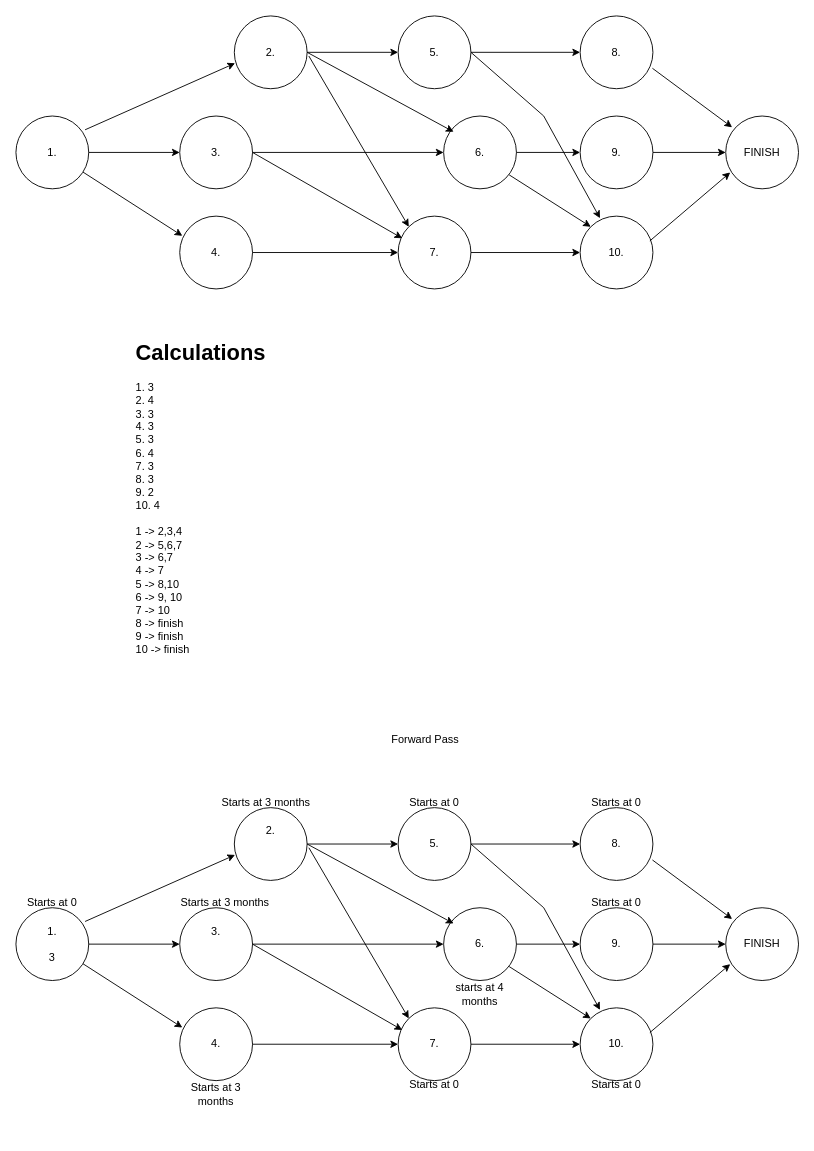
The draw.io diagram ass2cpm.drawio in DylanBriSmith/4313Drawings, before the edit. Source tidied: cells renumbered, new cells numbered last; positions are measured from the earlier drawing's top-left corner, leaving out a move shared by most shapes. Both pictures are drawn from the tidied source at 91%, with x=0, y=0 at pixel (15, 15).
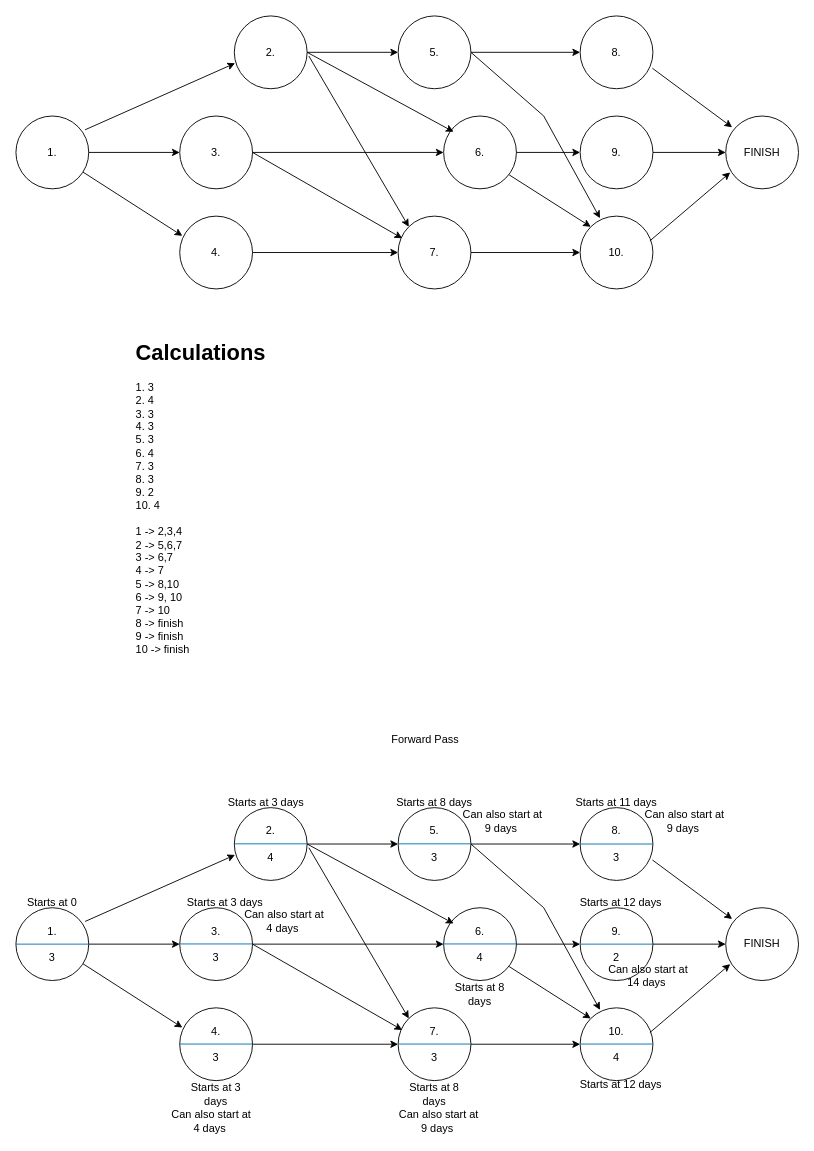
Above is the later version.

Unchanged cells that the change refers to:
```xml
<mxCell id="31" value="1.&lt;div&gt;&lt;br&gt;&lt;/div&gt;&lt;div&gt;3&lt;/div&gt;" style="ellipse;whiteSpace=wrap;html=1;" parent="1" vertex="1">
  <mxGeometry y="980" width="80" height="80" as="geometry" />
</mxCell>
```

What changed in the source:
```diff
@@
-    <mxCell id="32" value="2.&lt;div&gt;&lt;br&gt;&lt;/div&gt;&lt;div&gt;&lt;br&gt;&lt;/div&gt;" style="ellipse;whiteSpace=wrap;html=1;" parent="1" vertex="1">
+    <mxCell id="32" value="2.&lt;div&gt;&lt;br&gt;&lt;/div&gt;&lt;div&gt;4&lt;/div&gt;" style="ellipse;whiteSpace=wrap;html=1;" parent="1" vertex="1">
       <mxGeometry x="240" y="870" width="80" height="80" as="geometry" />
     </mxCell>
-    <mxCell id="33" value="3.&lt;div&gt;&lt;br&gt;&lt;/div&gt;&lt;div&gt;&lt;br&gt;&lt;/div&gt;" style="ellipse;whiteSpace=wrap;html=1;" parent="1" vertex="1">
+    <mxCell id="33" value="3.&lt;div&gt;&lt;br&gt;&lt;/div&gt;&lt;div&gt;3&lt;/div&gt;" style="ellipse;whiteSpace=wrap;html=1;" parent="1" vertex="1">
       <mxGeometry x="180" y="980" width="80" height="80" as="geometry" />
     </mxCell>
-    <mxCell id="34" value="4." style="ellipse;whiteSpace=wrap;html=1;" parent="1" vertex="1">
+    <mxCell id="34" value="4.&lt;div&gt;&lt;br&gt;&lt;/div&gt;&lt;div&gt;3&lt;/div&gt;" style="ellipse;whiteSpace=wrap;html=1;" parent="1" vertex="1">
       <mxGeometry x="180" y="1090" width="80" height="80" as="geometry" />
     </mxCell>
-    <mxCell id="35" value="5." style="ellipse;whiteSpace=wrap;html=1;" parent="1" vertex="1">
+    <mxCell id="35" value="5.&lt;div&gt;&lt;br&gt;&lt;/div&gt;&lt;div&gt;3&lt;/div&gt;" style="ellipse;whiteSpace=wrap;html=1;" parent="1" vertex="1">
       <mxGeometry x="420" y="870" width="80" height="80" as="geometry" />
     </mxCell>
-    <mxCell id="36" value="6." style="ellipse;whiteSpace=wrap;html=1;" parent="1" vertex="1">
+    <mxCell id="36" value="6.&lt;div&gt;&lt;br&gt;&lt;/div&gt;&lt;div&gt;4&lt;/div&gt;" style="ellipse;whiteSpace=wrap;html=1;" parent="1" vertex="1">
       <mxGeometry x="470" y="980" width="80" height="80" as="geometry" />
     </mxCell>
-    <mxCell id="37" value="7." style="ellipse;whiteSpace=wrap;html=1;" parent="1" vertex="1">
+    <mxCell id="37" value="7.&lt;div&gt;&lt;br&gt;&lt;/div&gt;&lt;div&gt;3&lt;/div&gt;" style="ellipse;whiteSpace=wrap;html=1;" parent="1" vertex="1">
       <mxGeometry x="420" y="1090" width="80" height="80" as="geometry" />
     </mxCell>
@@
-    <mxCell id="44" value="8." style="ellipse;whiteSpace=wrap;html=1;" parent="1" vertex="1">
+    <mxCell id="44" value="8.&lt;div&gt;&lt;br&gt;&lt;/div&gt;&lt;div&gt;3&lt;/div&gt;" style="ellipse;whiteSpace=wrap;html=1;" parent="1" vertex="1">
       <mxGeometry x="620" y="870" width="80" height="80" as="geometry" />
     </mxCell>
@@
-    <mxCell id="47" value="9." style="ellipse;whiteSpace=wrap;html=1;" parent="1" vertex="1">
+    <mxCell id="47" value="9.&lt;div&gt;&lt;br&gt;&lt;/div&gt;&lt;div&gt;2&lt;/div&gt;" style="ellipse;whiteSpace=wrap;html=1;" parent="1" vertex="1">
       <mxGeometry x="620" y="980" width="80" height="80" as="geometry" />
     </mxCell>
@@
-    <mxCell id="49" value="10." style="ellipse;whiteSpace=wrap;html=1;" parent="1" vertex="1">
+    <mxCell id="49" value="10.&lt;div&gt;&lt;br&gt;&lt;/div&gt;&lt;div&gt;4&lt;/div&gt;" style="ellipse;whiteSpace=wrap;html=1;" parent="1" vertex="1">
       <mxGeometry x="620" y="1090" width="80" height="80" as="geometry" />
     </mxCell>
@@
-    <mxCell id="61" value="Starts at 3 months" style="text;html=1;whiteSpace=wrap;strokeColor=none;fillColor=none;align=center;verticalAlign=middle;rounded=0;" parent="1" vertex="1">
+    <mxCell id="61" value="Starts at 3 days" style="text;html=1;whiteSpace=wrap;strokeColor=none;fillColor=none;align=center;verticalAlign=middle;rounded=0;" parent="1" vertex="1">
       <mxGeometry x="190" y="1170" width="60" height="30" as="geometry" />
     </mxCell>
-    <mxCell id="62" value="Starts at 3 months" style="text;html=1;whiteSpace=wrap;strokeColor=none;fillColor=none;align=center;verticalAlign=middle;rounded=0;" parent="1" vertex="1">
+    <mxCell id="62" value="Starts at 3 days" style="text;html=1;whiteSpace=wrap;strokeColor=none;fillColor=none;align=center;verticalAlign=middle;rounded=0;" parent="1" vertex="1">
       <mxGeometry x="180" y="960" width="100" height="30" as="geometry" />
     </mxCell>
-    <mxCell id="63" value="Starts at 3 months" style="text;html=1;whiteSpace=wrap;strokeColor=none;fillColor=none;align=center;verticalAlign=middle;rounded=0;" parent="1" vertex="1">
+    <mxCell id="63" value="Starts at 3 days" style="text;html=1;whiteSpace=wrap;strokeColor=none;fillColor=none;align=center;verticalAlign=middle;rounded=0;" parent="1" vertex="1">
       <mxGeometry x="225" y="850" width="100" height="30" as="geometry" />
     </mxCell>
-    <mxCell id="64" value="Starts at 0" style="text;html=1;whiteSpace=wrap;strokeColor=none;fillColor=none;align=center;verticalAlign=middle;rounded=0;" parent="1" vertex="1">
-      <mxGeometry x="430" y="1160" width="60" height="30" as="geometry" />
+    <mxCell id="64" value="Starts at 8 days" style="text;html=1;whiteSpace=wrap;strokeColor=none;fillColor=none;align=center;verticalAlign=middle;rounded=0;" parent="1" vertex="1">
+      <mxGeometry x="430" y="1170" width="60" height="30" as="geometry" />
     </mxCell>
-    <mxCell id="65" value="starts at 4 months" style="text;html=1;whiteSpace=wrap;strokeColor=none;fillColor=none;align=center;verticalAlign=middle;rounded=0;" parent="1" vertex="1">
+    <mxCell id="65" value="Starts at 8 days" style="text;html=1;whiteSpace=wrap;strokeColor=none;fillColor=none;align=center;verticalAlign=middle;rounded=0;" parent="1" vertex="1">
       <mxGeometry x="480" y="1060" width="60" height="30" as="geometry" />
     </mxCell>
-    <mxCell id="66" value="Starts at 0" style="text;html=1;whiteSpace=wrap;strokeColor=none;fillColor=none;align=center;verticalAlign=middle;rounded=0;" parent="1" vertex="1">
-      <mxGeometry x="430" y="850" width="60" height="30" as="geometry" />
+    <mxCell id="66" value="Starts at 8 days" style="text;html=1;whiteSpace=wrap;strokeColor=none;fillColor=none;align=center;verticalAlign=middle;rounded=0;" parent="1" vertex="1">
+      <mxGeometry x="415" y="850" width="90" height="30" as="geometry" />
     </mxCell>
-    <mxCell id="67" value="Starts at 0" style="text;html=1;whiteSpace=wrap;strokeColor=none;fillColor=none;align=center;verticalAlign=middle;rounded=0;" parent="1" vertex="1">
-      <mxGeometry x="630" y="850" width="60" height="30" as="geometry" />
+    <mxCell id="67" value="Starts at 11 days" style="text;html=1;whiteSpace=wrap;strokeColor=none;fillColor=none;align=center;verticalAlign=middle;rounded=0;" parent="1" vertex="1">
+      <mxGeometry x="605" y="850" width="110" height="30" as="geometry" />
     </mxCell>
-    <mxCell id="68" value="Starts at 0" style="text;html=1;whiteSpace=wrap;strokeColor=none;fillColor=none;align=center;verticalAlign=middle;rounded=0;" parent="1" vertex="1">
-      <mxGeometry x="630" y="960" width="60" height="30" as="geometry" />
+    <mxCell id="68" value="Starts at 12 days" style="text;html=1;whiteSpace=wrap;strokeColor=none;fillColor=none;align=center;verticalAlign=middle;rounded=0;" parent="1" vertex="1">
+      <mxGeometry x="615" y="960" width="100" height="30" as="geometry" />
     </mxCell>
-    <mxCell id="69" value="Starts at 0" style="text;html=1;whiteSpace=wrap;strokeColor=none;fillColor=none;align=center;verticalAlign=middle;rounded=0;" parent="1" vertex="1">
-      <mxGeometry x="630" y="1160" width="60" height="30" as="geometry" />
+    <mxCell id="69" value="Starts at 12 days" style="text;html=1;whiteSpace=wrap;strokeColor=none;fillColor=none;align=center;verticalAlign=middle;rounded=0;" parent="1" vertex="1">
+      <mxGeometry x="615" y="1160" width="100" height="30" as="geometry" />
     </mxCell>
+    <mxCell id="70" style="endArrow=none;html=1;rounded=0;exitX=0;exitY=0.5;exitDx=0;exitDy=0;entryX=1;entryY=0.5;entryDx=0;entryDy=0;fillColor=#1ba1e2;strokeColor=#006EAF;" parent="1" edge="1" source="31" target="31">
+      <mxGeometry relative="1" as="geometry" />
+    </mxCell>
+    <mxCell id="71" style="endArrow=none;html=1;rounded=0;exitX=0;exitY=0.5;exitDx=0;exitDy=0;entryX=1;entryY=0.5;entryDx=0;entryDy=0;strokeColor=#006EAF;align=center;verticalAlign=middle;fontFamily=Helvetica;fontSize=11;fontColor=default;labelBackgroundColor=default;fillColor=#1ba1e2;" parent="1" edge="1">
+      <mxGeometry relative="1" as="geometry">
+        <mxPoint x="180" y="1129.8" as="sourcePoint" />
+        <mxPoint x="260" y="1129.8" as="targetPoint" />
+      </mxGeometry>
+    </mxCell>
+    <mxCell id="72" style="endArrow=none;html=1;rounded=0;exitX=0;exitY=0.5;exitDx=0;exitDy=0;entryX=1;entryY=0.5;entryDx=0;entryDy=0;strokeColor=#006EAF;align=center;verticalAlign=middle;fontFamily=Helvetica;fontSize=11;fontColor=default;labelBackgroundColor=default;fillColor=#1ba1e2;" parent="1" edge="1">
+      <mxGeometry relative="1" as="geometry">
+        <mxPoint x="180" y="1019.8" as="sourcePoint" />
+        <mxPoint x="260" y="1019.8" as="targetPoint" />
+      </mxGeometry>
+    </mxCell>
+    <mxCell id="73" style="endArrow=none;html=1;rounded=0;exitX=0;exitY=0.5;exitDx=0;exitDy=0;entryX=1;entryY=0.5;entryDx=0;entryDy=0;strokeColor=#006EAF;align=center;verticalAlign=middle;fontFamily=Helvetica;fontSize=11;fontColor=default;labelBackgroundColor=default;fillColor=#1ba1e2;" parent="1" edge="1">
+      <mxGeometry relative="1" as="geometry">
+        <mxPoint x="240" y="909.8" as="sourcePoint" />
+        <mxPoint x="320" y="909.8" as="targetPoint" />
+      </mxGeometry>
+    </mxCell>
+    <mxCell id="74" style="endArrow=none;html=1;rounded=0;exitX=0;exitY=0.5;exitDx=0;exitDy=0;entryX=1;entryY=0.5;entryDx=0;entryDy=0;strokeColor=#006EAF;align=center;verticalAlign=middle;fontFamily=Helvetica;fontSize=11;fontColor=default;labelBackgroundColor=default;fillColor=#1ba1e2;" parent="1" edge="1">
+      <mxGeometry relative="1" as="geometry">
+        <mxPoint x="420" y="909.8" as="sourcePoint" />
+        <mxPoint x="500" y="909.8" as="targetPoint" />
+      </mxGeometry>
+    </mxCell>
+    <mxCell id="75" style="endArrow=none;html=1;rounded=0;exitX=0;exitY=0.5;exitDx=0;exitDy=0;entryX=1;entryY=0.5;entryDx=0;entryDy=0;strokeColor=#006EAF;align=center;verticalAlign=middle;fontFamily=Helvetica;fontSize=11;fontColor=default;labelBackgroundColor=default;fillColor=#1ba1e2;" parent="1" edge="1">
+      <mxGeometry relative="1" as="geometry">
+        <mxPoint x="470" y="1019.8" as="sourcePoint" />
+        <mxPoint x="550" y="1019.8" as="targetPoint" />
+      </mxGeometry>
+    </mxCell>
+    <mxCell id="76" style="endArrow=none;html=1;rounded=0;exitX=0;exitY=0.5;exitDx=0;exitDy=0;entryX=1;entryY=0.5;entryDx=0;entryDy=0;strokeColor=#006EAF;align=center;verticalAlign=middle;fontFamily=Helvetica;fontSize=11;fontColor=default;labelBackgroundColor=default;fillColor=#1ba1e2;" parent="1" edge="1">
+      <mxGeometry relative="1" as="geometry">
+        <mxPoint x="420" y="1129.8" as="sourcePoint" />
+        <mxPoint x="500" y="1129.8" as="targetPoint" />
+      </mxGeometry>
+    </mxCell>
+    <mxCell id="77" style="endArrow=none;html=1;rounded=0;exitX=0;exitY=0.5;exitDx=0;exitDy=0;entryX=1;entryY=0.5;entryDx=0;entryDy=0;strokeColor=#006EAF;align=center;verticalAlign=middle;fontFamily=Helvetica;fontSize=11;fontColor=default;labelBackgroundColor=default;fillColor=#1ba1e2;" parent="1" edge="1">
+      <mxGeometry relative="1" as="geometry">
+        <mxPoint x="620" y="1129.8" as="sourcePoint" />
+        <mxPoint x="700" y="1129.8" as="targetPoint" />
+      </mxGeometry>
+    </mxCell>
+    <mxCell id="78" style="endArrow=none;html=1;rounded=0;exitX=0;exitY=0.5;exitDx=0;exitDy=0;entryX=1;entryY=0.5;entryDx=0;entryDy=0;strokeColor=#006EAF;align=center;verticalAlign=middle;fontFamily=Helvetica;fontSize=11;fontColor=default;labelBackgroundColor=default;fillColor=#1ba1e2;" parent="1" edge="1">
+      <mxGeometry relative="1" as="geometry">
+        <mxPoint x="620" y="1020" as="sourcePoint" />
+        <mxPoint x="700" y="1020" as="targetPoint" />
+      </mxGeometry>
+    </mxCell>
+    <mxCell id="79" style="endArrow=none;html=1;rounded=0;exitX=0;exitY=0.5;exitDx=0;exitDy=0;entryX=1;entryY=0.5;entryDx=0;entryDy=0;strokeColor=#006EAF;align=center;verticalAlign=middle;fontFamily=Helvetica;fontSize=11;fontColor=default;labelBackgroundColor=default;fillColor=#1ba1e2;" parent="1" edge="1">
+      <mxGeometry relative="1" as="geometry">
+        <mxPoint x="620" y="910" as="sourcePoint" />
+        <mxPoint x="700" y="910" as="targetPoint" />
+      </mxGeometry>
+    </mxCell>
+    <mxCell id="80" value="&lt;font style=&quot;color: light-dark(rgb(0, 0, 0), rgb(255, 51, 51));&quot;&gt;Can also start at 4 days&amp;nbsp;&lt;/font&gt;" style="text;html=1;whiteSpace=wrap;strokeColor=none;fillColor=none;align=center;verticalAlign=middle;rounded=0;" parent="1" vertex="1">
+      <mxGeometry x="170" y="1200" width="90" height="30" as="geometry" />
+    </mxCell>
+    <mxCell id="81" value="&lt;font style=&quot;color: light-dark(rgb(0, 0, 0), rgb(255, 51, 51));&quot;&gt;Can also start at 4 days&amp;nbsp;&lt;/font&gt;" style="text;html=1;whiteSpace=wrap;strokeColor=none;fillColor=none;align=center;verticalAlign=middle;rounded=0;" parent="1" vertex="1">
+      <mxGeometry x="250" y="980" width="90" height="30" as="geometry" />
+    </mxCell>
+    <mxCell id="82" value="&lt;font style=&quot;color: light-dark(rgb(0, 0, 0), rgb(255, 51, 51));&quot;&gt;Can also start at 9 days&amp;nbsp;&lt;/font&gt;" style="text;html=1;whiteSpace=wrap;strokeColor=none;fillColor=none;align=center;verticalAlign=middle;rounded=0;" parent="1" vertex="1">
+      <mxGeometry x="490" y="870" width="90" height="30" as="geometry" />
+    </mxCell>
+    <mxCell id="83" value="&lt;font style=&quot;color: light-dark(rgb(0, 0, 0), rgb(255, 51, 51));&quot;&gt;Can also start at 9 days&amp;nbsp;&lt;/font&gt;" style="text;html=1;whiteSpace=wrap;strokeColor=none;fillColor=none;align=center;verticalAlign=middle;rounded=0;" parent="1" vertex="1">
+      <mxGeometry x="420" y="1200" width="90" height="30" as="geometry" />
+    </mxCell>
+    <mxCell id="84" value="&lt;font style=&quot;color: light-dark(rgb(0, 0, 0), rgb(255, 51, 51));&quot;&gt;Can also start at 14 days&amp;nbsp;&lt;/font&gt;" style="text;html=1;whiteSpace=wrap;strokeColor=none;fillColor=none;align=center;verticalAlign=middle;rounded=0;" parent="1" vertex="1">
+      <mxGeometry x="650" y="1040" width="90" height="30" as="geometry" />
+    </mxCell>
+    <mxCell id="85" value="&lt;font style=&quot;color: light-dark(rgb(0, 0, 0), rgb(255, 51, 51));&quot;&gt;Can also start at 9 days&amp;nbsp;&lt;/font&gt;" style="text;html=1;whiteSpace=wrap;strokeColor=none;fillColor=none;align=center;verticalAlign=middle;rounded=0;" parent="1" vertex="1">
+      <mxGeometry x="690" y="870" width="90" height="30" as="geometry" />
+    </mxCell>
```
